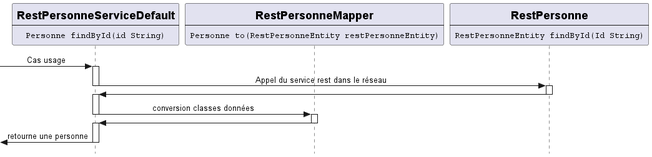
The PlantUML diagram images/infrastructure/dia_seq_infrastructure_ex.png in stef38-code/structureProjet, before a commit. Source of this version:
```plantuml
@startuml
skinparam style strictuml
skinparam sequenceMessageAlign center
participant RestPersonneServiceDefault [
    =RestPersonneServiceDefault
    ----
    ""Personne findById(id String)""
]
participant RestPersonneMapperModel [
    =RestPersonneMapper
    ----
    ""Personne to(RestPersonneEntity restPersonneEntity)""
]
participant RestPersonne [
    =RestPersonne
    ----
    ""RestPersonneEntity findById(Id String)""
]


[-> RestPersonneServiceDefault ++ : Cas usage
RestPersonneServiceDefault -> RestPersonne --++: Appel du service rest dans le réseau
RestPersonne -> RestPersonneServiceDefault --++:
RestPersonneServiceDefault -> RestPersonneMapperModel --++: conversion classes données
RestPersonneMapperModel -> RestPersonneServiceDefault --++
[<- RestPersonneServiceDefault -- : retourne une personne
@enduml
```
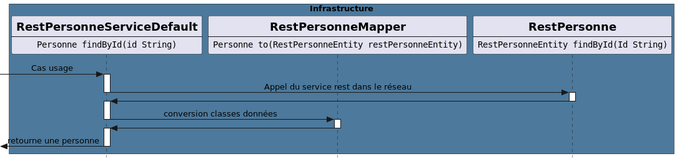
The same file after the commit.

Change to the diagram source:
```diff
@@ -1,6 +1,8 @@
 @startuml
 skinparam style strictuml
 skinparam sequenceMessageAlign center
+
+box "Infrastructure" #4C799C
 participant RestPersonneServiceDefault [
     =RestPersonneServiceDefault
     ----
@@ -16,7 +18,7 @@
     ----
     ""RestPersonneEntity findById(Id String)""
 ]
-
+end box
 
 [-> RestPersonneServiceDefault ++ : Cas usage
 RestPersonneServiceDefault -> RestPersonne --++: Appel du service rest dans le réseau
```
